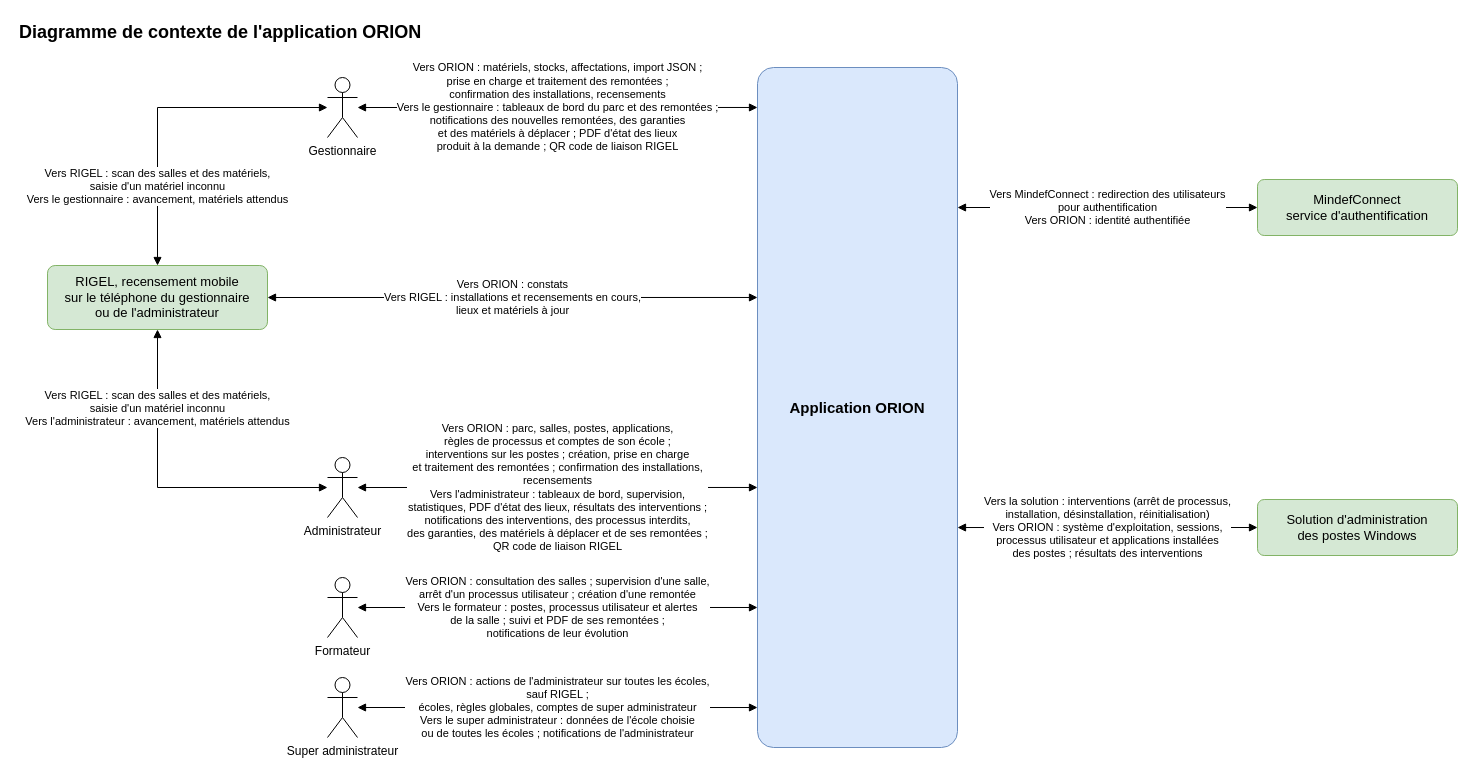
Earlier version of the draw.io diagram docs/02-ANALYSE/01-MODELISATION-METIER/01-DIAGRAMME-CONTEXTE.drawio (bpierrelouis/aster). Source tidied: cells renumbered, new cells numbered last; positions are measured from the earlier drawing's top-left corner, leaving out a move shared by most shapes. Both pictures are drawn from the tidied source at 100%, with x=0, y=0 at pixel (17, 17).
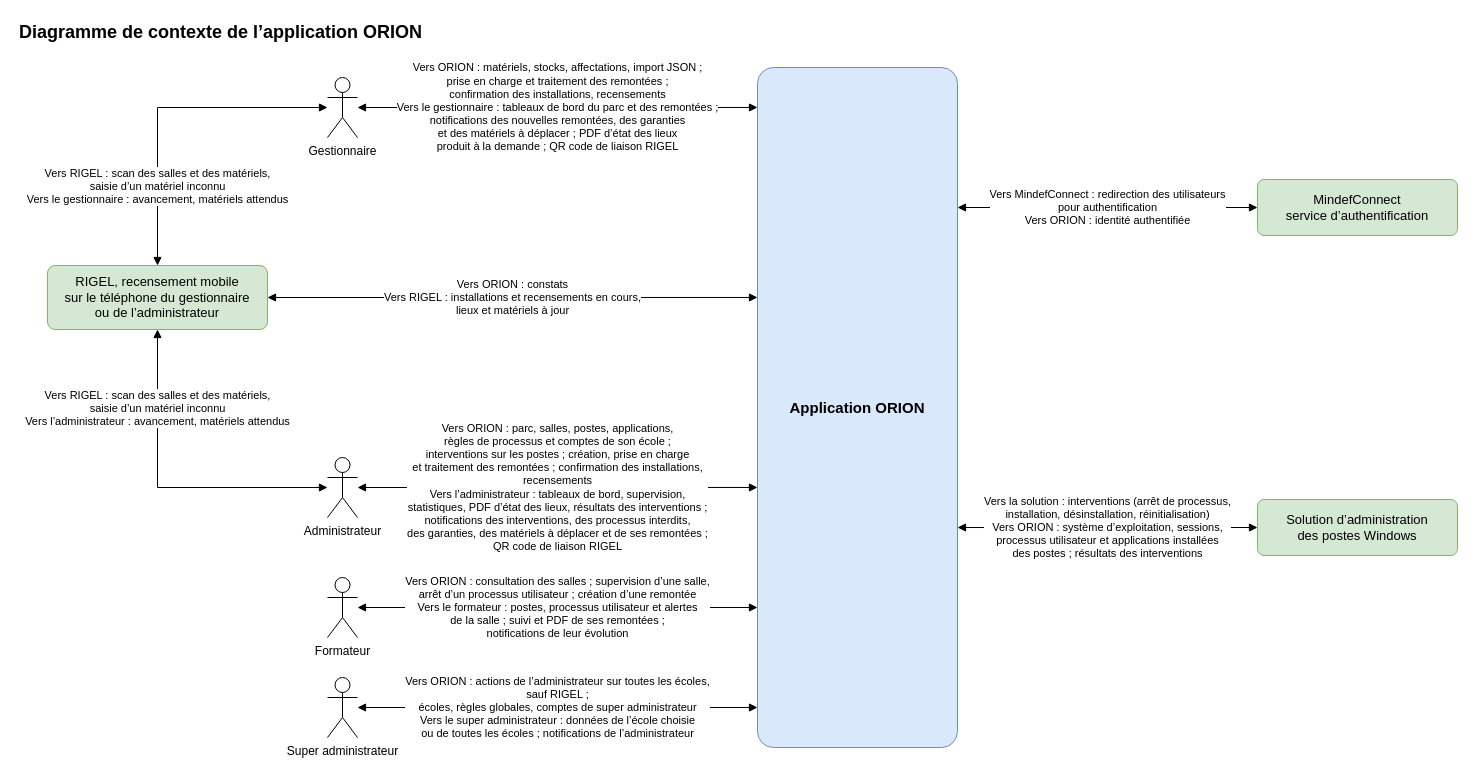
Above is the later version.

Unchanged cells that the change refers to:
```xml
<mxCell id="3" value="Gestionnaire" style="shape=umlActor;verticalLabelPosition=bottom;verticalAlign=top;html=1;outlineConnect=0;labelPerimeter=1;fontSize=12;" parent="1" vertex="1">
  <mxGeometry x="310" y="60" width="30" height="60" as="geometry" />
</mxCell>
<mxCell id="4" value="Formateur" style="shape=umlActor;verticalLabelPosition=bottom;verticalAlign=top;html=1;outlineConnect=0;labelPerimeter=1;fontSize=12;" parent="1" vertex="1">
  <mxGeometry x="310" y="560" width="30" height="60" as="geometry" />
</mxCell>
<mxCell id="5" value="Administrateur" style="shape=umlActor;verticalLabelPosition=bottom;verticalAlign=top;html=1;outlineConnect=0;labelPerimeter=1;fontSize=12;" parent="1" vertex="1">
  <mxGeometry x="310" y="440" width="30" height="60" as="geometry" />
</mxCell>
<mxCell id="6" value="Super administrateur" style="shape=umlActor;verticalLabelPosition=bottom;verticalAlign=top;html=1;outlineConnect=0;labelPerimeter=1;fontSize=12;" parent="1" vertex="1">
  <mxGeometry x="310" y="660" width="30" height="60" as="geometry" />
</mxCell>
<mxCell id="8" value="Application ORION" style="rounded=1;arcSize=8;whiteSpace=wrap;html=1;fontSize=15;fontStyle=1;fillColor=#dae8fc;strokeColor=#6c8ebf;" parent="1" vertex="1">
  <mxGeometry x="740" y="50" width="200" height="680" as="geometry" />
</mxCell>
```

Change to the diagram source:
```diff
@@
-    <mxCell id="2" value="Diagramme de contexte de l'application ORION" style="text;html=1;align=left;verticalAlign=middle;strokeColor=none;fillColor=none;fontSize=18;fontStyle=1;" parent="1" vertex="1">
+    <mxCell id="2" value="Diagramme de contexte de l’application ORION" style="text;html=1;align=left;verticalAlign=middle;strokeColor=none;fillColor=none;fontSize=18;fontStyle=1;" parent="1" vertex="1">
       <mxGeometry width="389" height="30" as="geometry" />
     </mxCell>
@@
-    <mxCell id="7" value="RIGEL, recensement mobile&lt;br&gt;sur le téléphone du gestionnaire&lt;br&gt;ou de l'administrateur" style="rounded=1;arcSize=12;whiteSpace=wrap;html=1;fontSize=13;fillColor=#d5e8d4;strokeColor=#82b366;" parent="1" vertex="1">
+    <mxCell id="7" value="RIGEL, recensement mobile&lt;br&gt;sur le téléphone du gestionnaire&lt;br&gt;ou de l’administrateur" style="rounded=1;arcSize=12;whiteSpace=wrap;html=1;fontSize=13;fillColor=#d5e8d4;strokeColor=#82b366;" parent="1" vertex="1">
       <mxGeometry x="30" y="248" width="220" height="64" as="geometry" />
     </mxCell>
@@
-    <mxCell id="9" value="MindefConnect&lt;br&gt;service d'authentification" style="rounded=1;arcSize=12;whiteSpace=wrap;html=1;fontSize=13;fillColor=#d5e8d4;strokeColor=#82b366;" parent="1" vertex="1">
+    <mxCell id="9" value="MindefConnect&lt;br&gt;service d’authentification" style="rounded=1;arcSize=12;whiteSpace=wrap;html=1;fontSize=13;fillColor=#d5e8d4;strokeColor=#82b366;" parent="1" vertex="1">
       <mxGeometry x="1240" y="162" width="200" height="56" as="geometry" />
     </mxCell>
-    <mxCell id="10" value="Solution d'administration&lt;br&gt;des postes Windows" style="rounded=1;arcSize=12;whiteSpace=wrap;html=1;fontSize=13;fillColor=#d5e8d4;strokeColor=#82b366;" parent="1" vertex="1">
+    <mxCell id="10" value="Solution d’administration&lt;br&gt;des postes Windows" style="rounded=1;arcSize=12;whiteSpace=wrap;html=1;fontSize=13;fillColor=#d5e8d4;strokeColor=#82b366;" parent="1" vertex="1">
       <mxGeometry x="1240" y="482" width="200" height="56" as="geometry" />
     </mxCell>
-    <mxCell id="11" value="Vers RIGEL : scan des salles et des matériels,&lt;br&gt;saisie d'un matériel inconnu&lt;br&gt;Vers le gestionnaire : avancement, matériels attendus" style="endArrow=block;endFill=1;html=1;rounded=0;fontSize=11;labelBackgroundColor=#ffffff;startArrow=block;startFill=1;edgeStyle=orthogonalEdgeStyle;exitX=0;exitY=0.5;exitDx=0;exitDy=0;entryX=0.5;entryY=0;entryDx=0;entryDy=0;" parent="1" edge="1" source="3" target="7">
+    <mxCell id="11" value="Vers RIGEL : scan des salles et des matériels,&lt;br&gt;saisie d’un matériel inconnu&lt;br&gt;Vers le gestionnaire : avancement, matériels attendus" style="endArrow=block;endFill=1;html=1;rounded=0;fontSize=11;labelBackgroundColor=#ffffff;startArrow=block;startFill=1;edgeStyle=orthogonalEdgeStyle;exitX=0;exitY=0.5;exitDx=0;exitDy=0;entryX=0.5;entryY=0;entryDx=0;entryDy=0;" parent="1" edge="1" source="3" target="7">
       <mxGeometry x="0.52" relative="1" as="geometry">
         <Array as="points">
           <mxPoint x="140" y="90" />
         </Array>
       </mxGeometry>
     </mxCell>
-    <mxCell id="12" value="Vers RIGEL : scan des salles et des matériels,&lt;br&gt;saisie d'un matériel inconnu&lt;br&gt;Vers l'administrateur : avancement, matériels attendus" style="endArrow=block;endFill=1;html=1;rounded=0;fontSize=11;labelBackgroundColor=#ffffff;startArrow=block;startFill=1;edgeStyle=orthogonalEdgeStyle;exitX=0;exitY=0.5;exitDx=0;exitDy=0;entryX=0.5;entryY=1;entryDx=0;entryDy=0;" parent="1" edge="1" source="5" target="7">
+    <mxCell id="12" value="Vers RIGEL : scan des salles et des matériels,&lt;br&gt;saisie d’un matériel inconnu&lt;br&gt;Vers l’administrateur : avancement, matériels attendus" style="endArrow=block;endFill=1;html=1;rounded=0;fontSize=11;labelBackgroundColor=#ffffff;startArrow=block;startFill=1;edgeStyle=orthogonalEdgeStyle;exitX=0;exitY=0.5;exitDx=0;exitDy=0;entryX=0.5;entryY=1;entryDx=0;entryDy=0;" parent="1" edge="1" source="5" target="7">
       <mxGeometry x="0.52" relative="1" as="geometry">
         <Array as="points">
           <mxPoint x="140" y="470" />
         </Array>
       </mxGeometry>
     </mxCell>
@@
-    <mxCell id="14" value="Vers ORION : matériels, stocks, affectations, import JSON ;&lt;br&gt;prise en charge et traitement des remontées ;&lt;br&gt;confirmation des installations, recensements&lt;br&gt;Vers le gestionnaire : tableaux de bord du parc et des remontées ;&lt;br&gt;notifications des nouvelles remontées, des garanties&lt;br&gt;et des matériels à déplacer ; PDF d'état des lieux&lt;br&gt;produit à la demande ; QR code de liaison RIGEL" style="endArrow=block;endFill=1;html=1;rounded=0;fontSize=11;labelBackgroundColor=#ffffff;startArrow=block;startFill=1;edgeStyle=orthogonalEdgeStyle;exitX=1;exitY=0.5;exitDx=0;exitDy=0;entryX=0;entryY=0.0588;entryDx=0;entryDy=0;" parent="1" edge="1" source="3" target="8">
+    <mxCell id="14" value="Vers ORION : matériels, stocks, affectations, import JSON ;&lt;br&gt;prise en charge et traitement des remontées ;&lt;br&gt;confirmation des installations, recensements&lt;br&gt;Vers le gestionnaire : tableaux de bord du parc et des remontées ;&lt;br&gt;notifications des nouvelles remontées, des garanties&lt;br&gt;et des matériels à déplacer ; PDF d’état des lieux&lt;br&gt;produit à la demande ; QR code de liaison RIGEL" style="endArrow=block;endFill=1;html=1;rounded=0;fontSize=11;labelBackgroundColor=#ffffff;startArrow=block;startFill=1;edgeStyle=orthogonalEdgeStyle;exitX=1;exitY=0.5;exitDx=0;exitDy=0;entryX=0;entryY=0.0588;entryDx=0;entryDy=0;" parent="1" edge="1" source="3" target="8">
       <mxGeometry relative="1" as="geometry" />
     </mxCell>
-    <mxCell id="15" value="Vers ORION : consultation des salles ; supervision d'une salle,&lt;br&gt;arrêt d'un processus utilisateur ; création d'une remontée&lt;br&gt;Vers le formateur : postes, processus utilisateur et alertes&lt;br&gt;de la salle ; suivi et PDF de ses remontées ;&lt;br&gt;notifications de leur évolution" style="endArrow=block;endFill=1;html=1;rounded=0;fontSize=11;labelBackgroundColor=#ffffff;startArrow=block;startFill=1;edgeStyle=orthogonalEdgeStyle;exitX=1;exitY=0.5;exitDx=0;exitDy=0;entryX=0;entryY=0.7941;entryDx=0;entryDy=0;" parent="1" edge="1" source="4" target="8">
+    <mxCell id="15" value="Vers ORION : consultation des salles ; supervision d’une salle,&lt;br&gt;arrêt d’un processus utilisateur ; création d’une remontée&lt;br&gt;Vers le formateur : postes, processus utilisateur et alertes&lt;br&gt;de la salle ; suivi et PDF de ses remontées ;&lt;br&gt;notifications de leur évolution" style="endArrow=block;endFill=1;html=1;rounded=0;fontSize=11;labelBackgroundColor=#ffffff;startArrow=block;startFill=1;edgeStyle=orthogonalEdgeStyle;exitX=1;exitY=0.5;exitDx=0;exitDy=0;entryX=0;entryY=0.7941;entryDx=0;entryDy=0;" parent="1" edge="1" source="4" target="8">
       <mxGeometry relative="1" as="geometry" />
     </mxCell>
-    <mxCell id="16" value="Vers ORION : parc, salles, postes, applications,&lt;br&gt;règles de processus et comptes de son école ;&lt;br&gt;interventions sur les postes ; création, prise en charge&lt;br&gt;et traitement des remontées ; confirmation des installations,&lt;br&gt;recensements&lt;br&gt;Vers l'administrateur : tableaux de bord, supervision,&lt;br&gt;statistiques, PDF d'état des lieux, résultats des interventions ;&lt;br&gt;notifications des interventions, des processus interdits,&lt;br&gt;des garanties, des matériels à déplacer et de ses remontées ;&lt;br&gt;QR code de liaison RIGEL" style="endArrow=block;endFill=1;html=1;rounded=0;fontSize=11;labelBackgroundColor=#ffffff;startArrow=block;startFill=1;edgeStyle=orthogonalEdgeStyle;exitX=1;exitY=0.5;exitDx=0;exitDy=0;entryX=0;entryY=0.6176;entryDx=0;entryDy=0;" parent="1" edge="1" source="5" target="8">
+    <mxCell id="16" value="Vers ORION : parc, salles, postes, applications,&lt;br&gt;règles de processus et comptes de son école ;&lt;br&gt;interventions sur les postes ; création, prise en charge&lt;br&gt;et traitement des remontées ; confirmation des installations,&lt;br&gt;recensements&lt;br&gt;Vers l’administrateur : tableaux de bord, supervision,&lt;br&gt;statistiques, PDF d’état des lieux, résultats des interventions ;&lt;br&gt;notifications des interventions, des processus interdits,&lt;br&gt;des garanties, des matériels à déplacer et de ses remontées ;&lt;br&gt;QR code de liaison RIGEL" style="endArrow=block;endFill=1;html=1;rounded=0;fontSize=11;labelBackgroundColor=#ffffff;startArrow=block;startFill=1;edgeStyle=orthogonalEdgeStyle;exitX=1;exitY=0.5;exitDx=0;exitDy=0;entryX=0;entryY=0.6176;entryDx=0;entryDy=0;" parent="1" edge="1" source="5" target="8">
       <mxGeometry relative="1" as="geometry" />
     </mxCell>
-    <mxCell id="17" value="Vers ORION : actions de l'administrateur sur toutes les écoles,&lt;br&gt;sauf RIGEL ;&lt;br&gt;écoles, règles globales, comptes de super administrateur&lt;br&gt;Vers le super administrateur : données de l'école choisie&lt;br&gt;ou de toutes les écoles ; notifications de l'administrateur" style="endArrow=block;endFill=1;html=1;rounded=0;fontSize=11;labelBackgroundColor=#ffffff;startArrow=block;startFill=1;edgeStyle=orthogonalEdgeStyle;exitX=1;exitY=0.5;exitDx=0;exitDy=0;entryX=0;entryY=0.9412;entryDx=0;entryDy=0;" parent="1" edge="1" source="6" target="8">
+    <mxCell id="17" value="Vers ORION : actions de l’administrateur sur toutes les écoles,&lt;br&gt;sauf RIGEL ;&lt;br&gt;écoles, règles globales, comptes de super administrateur&lt;br&gt;Vers le super administrateur : données de l’école choisie&lt;br&gt;ou de toutes les écoles ; notifications de l’administrateur" style="endArrow=block;endFill=1;html=1;rounded=0;fontSize=11;labelBackgroundColor=#ffffff;startArrow=block;startFill=1;edgeStyle=orthogonalEdgeStyle;exitX=1;exitY=0.5;exitDx=0;exitDy=0;entryX=0;entryY=0.9412;entryDx=0;entryDy=0;" parent="1" edge="1" source="6" target="8">
       <mxGeometry relative="1" as="geometry" />
     </mxCell>
@@
-    <mxCell id="19" value="Vers la solution : interventions (arrêt de processus,&lt;br&gt;installation, désinstallation, réinitialisation)&lt;br&gt;Vers ORION : système d'exploitation, sessions,&lt;br&gt;processus utilisateur et applications installées&lt;br&gt;des postes ; résultats des interventions" style="endArrow=block;endFill=1;html=1;rounded=0;fontSize=11;labelBackgroundColor=#ffffff;startArrow=block;startFill=1;edgeStyle=orthogonalEdgeStyle;exitX=1;exitY=0.6765;exitDx=0;exitDy=0;entryX=0;entryY=0.5;entryDx=0;entryDy=0;" parent="1" edge="1" source="8" target="10">
+    <mxCell id="19" value="Vers la solution : interventions (arrêt de processus,&lt;br&gt;installation, désinstallation, réinitialisation)&lt;br&gt;Vers ORION : système d’exploitation, sessions,&lt;br&gt;processus utilisateur et applications installées&lt;br&gt;des postes ; résultats des interventions" style="endArrow=block;endFill=1;html=1;rounded=0;fontSize=11;labelBackgroundColor=#ffffff;startArrow=block;startFill=1;edgeStyle=orthogonalEdgeStyle;exitX=1;exitY=0.6765;exitDx=0;exitDy=0;entryX=0;entryY=0.5;entryDx=0;entryDy=0;" parent="1" edge="1" source="8" target="10">
       <mxGeometry relative="1" as="geometry" />
     </mxCell>
```
